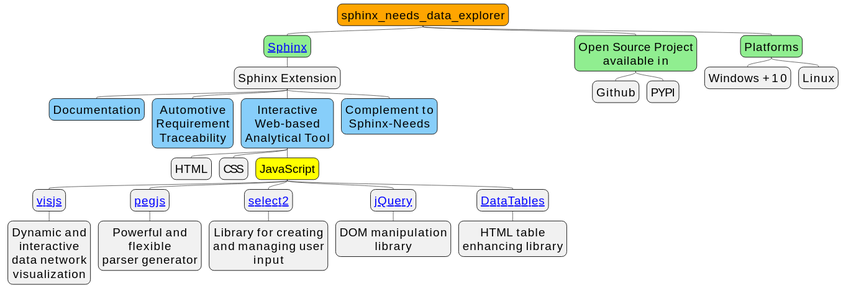
Above: doc/source/images/sphinx_needs_data_explorer.svg in mi-parkes/sphinx-needs-data-explorer (PlantUML), before the change.
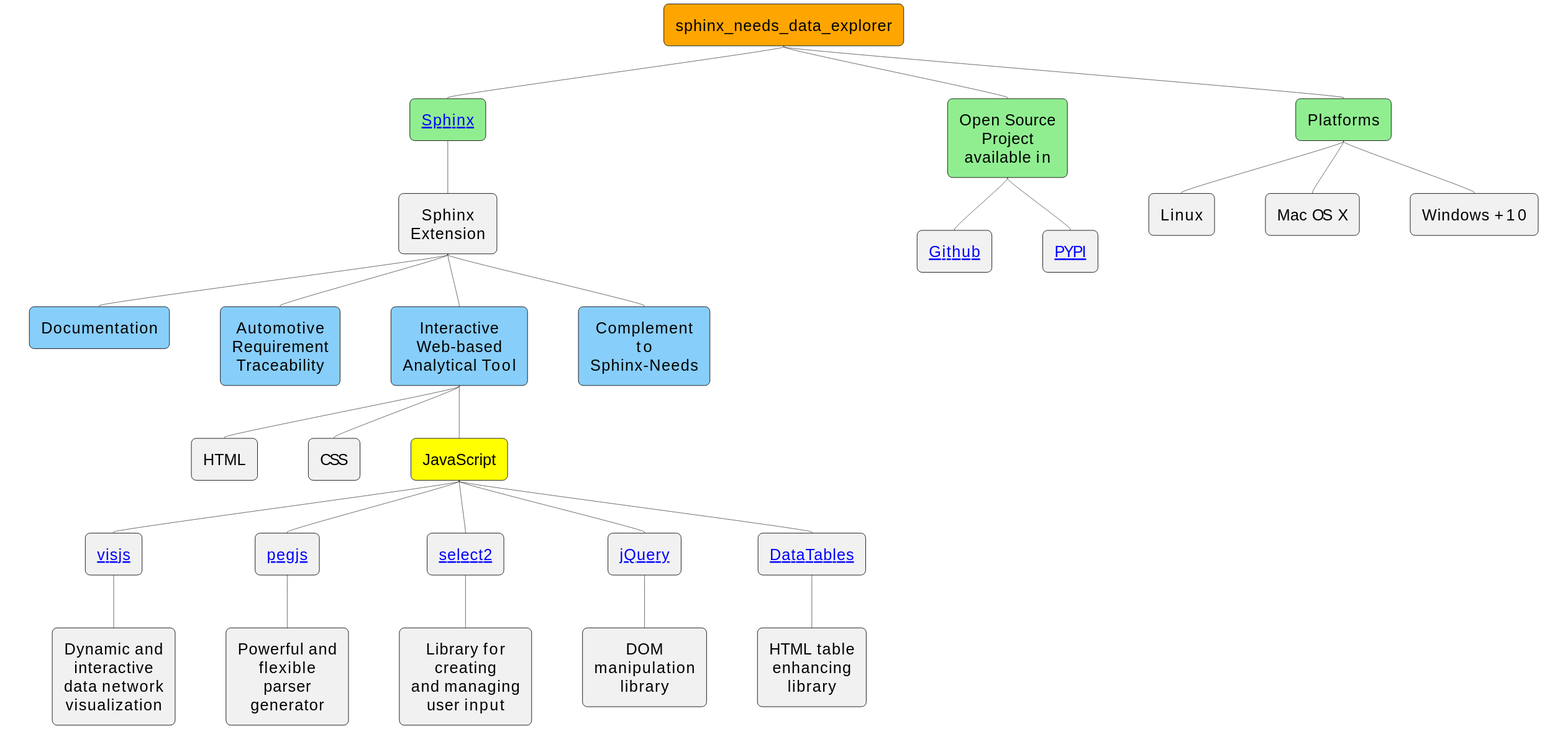
After the commit.

Diff of the diagram source:
```diff
@@ -1,13 +1,15 @@
 @startmindmap sphinx_needs_data_explorer
 
 
-skinparam defaultFontSize 30%
+skinparam defaultFontSize 40%
 skinparam DefaultTextAlignment center
 
 
 <style>
   mindmapDiagram {
    node {
+    Padding 30
+    Margin 65
     MaximumWidth 300
   }
 </style>
@@ -41,10 +43,11 @@
 ******* HTML table enhancing library
 ****[#LightSkyBlue] Complement to Sphinx-Needs
 **[#lightgreen] Open Source Project\navailable in
-*** Github
-*** PYPI
+*** [[ https://github.com/mi-parkes/sphinx-needs-data-explorer Github ]]
+*** [[ https://pypi.org/project/sphinx-needs-data-explorer PYPI ]]
 **[#lightgreen] Platforms
+*** Linux
+*** Mac OS X
 *** Windows +10
-*** Linux
 
 @endmindmap
```
